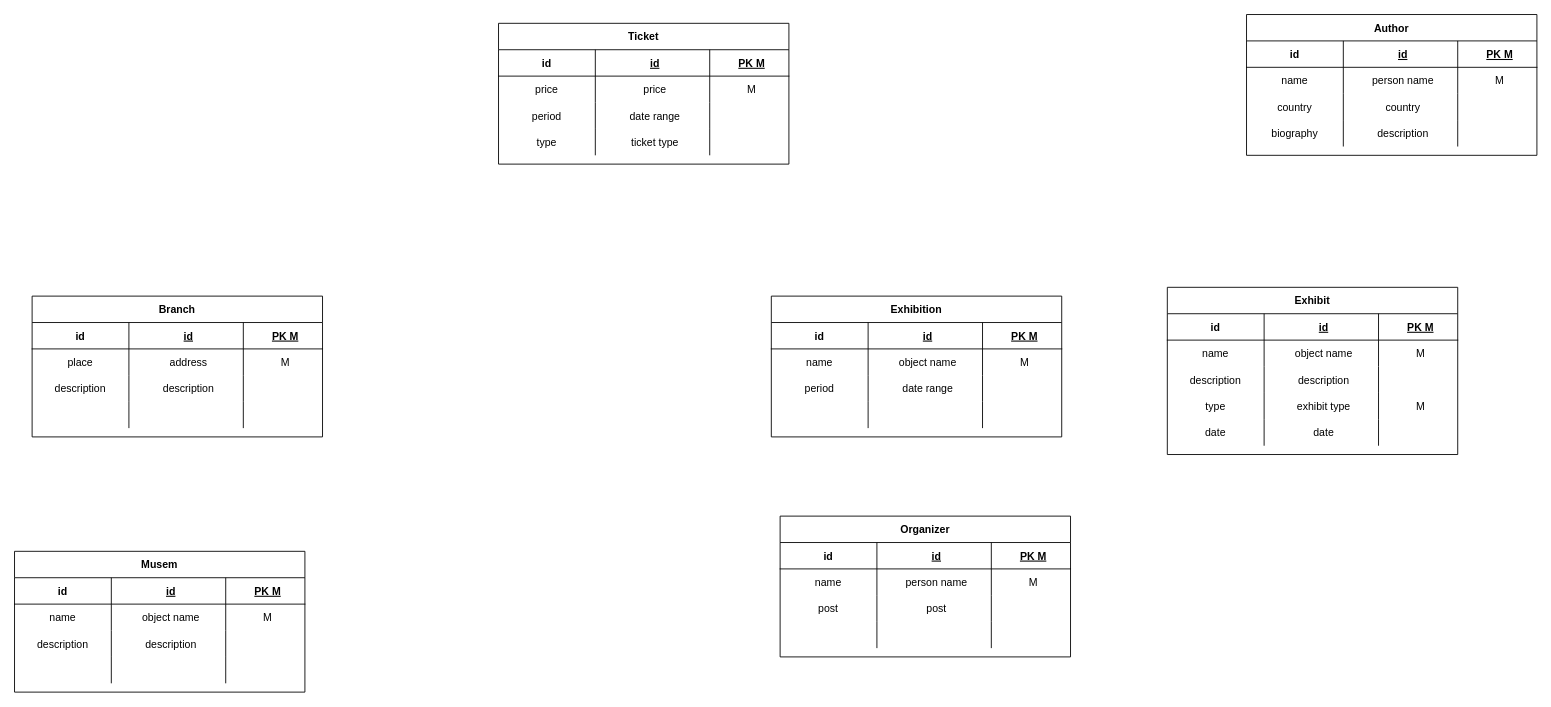
Before: Musem.drawio in sergalb/db-musem-project, a draw.io diagram. Source tidied: cells renumbered, new cells numbered last; positions are measured from the earlier drawing's top-left corner, leaving out a move shared by most shapes. Both pictures are drawn from the tidied source at 88%, with x=0, y=0 at pixel (14, 14).
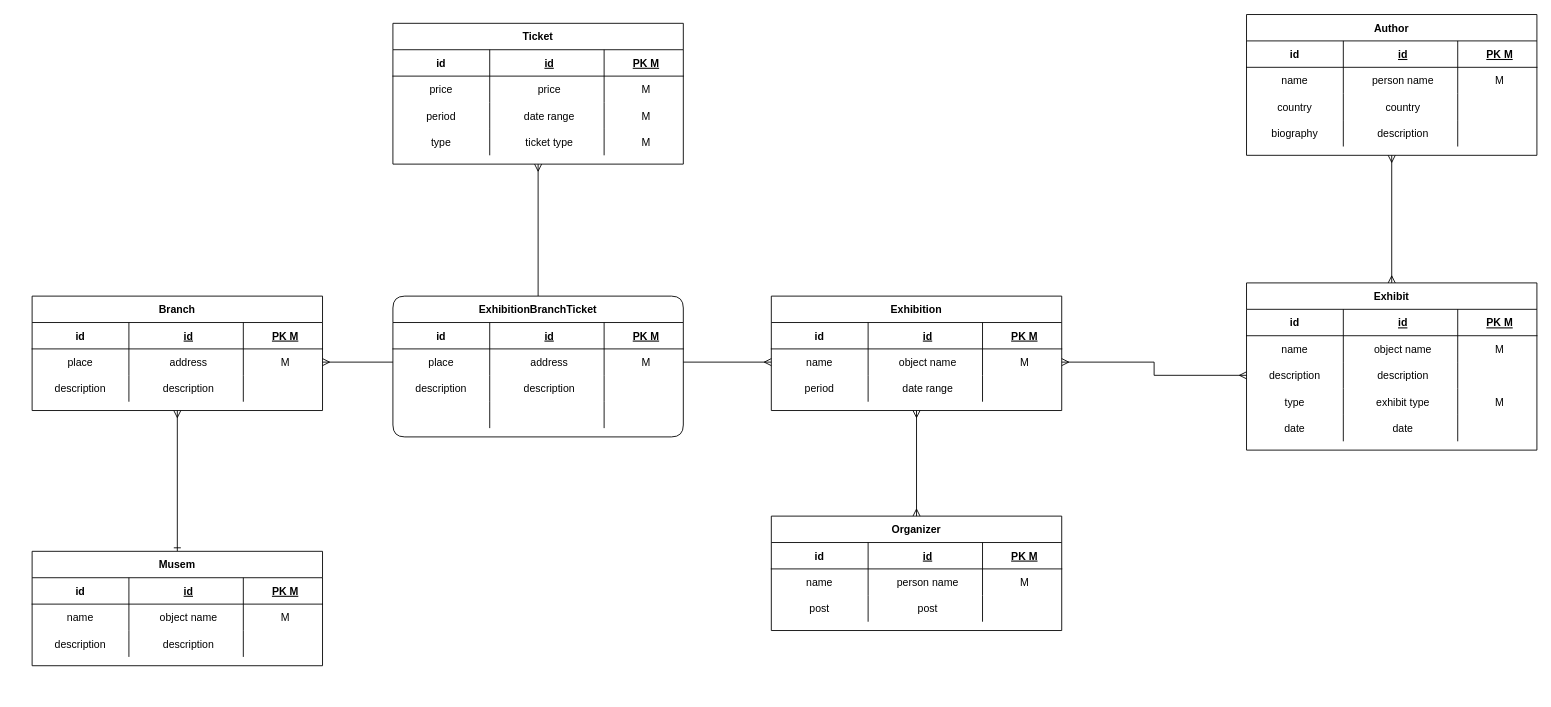
The same diagram, later.

The change refers to these unchanged cells:
```xml
<mxCell id="24" style="shape=partialRectangle;fillColor=none;top=0;left=0;bottom=0;right=0;points=[[0,0.5],[1,0.5]];portConstraint=eastwest;align=center;" parent="19" vertex="1">
  <mxGeometry y="60" width="330" height="30" as="geometry" />
</mxCell>
<mxCell id="45" style="shape=partialRectangle;fillColor=none;top=0;left=0;bottom=0;right=0;points=[[0,0.5],[1,0.5]];portConstraint=eastwest;align=center;" parent="36" vertex="1">
  <mxGeometry y="90" width="330" height="30" as="geometry" />
</mxCell>
<mxCell id="57" value="Author" style="shape=table;startSize=30;childLayout=tableLayout;rowLines=0;fontStyle=1;align=center;" parent="1" vertex="1">
  <mxGeometry x="1400" width="330" height="160" as="geometry" />
</mxCell>
<mxCell id="96" style="shape=partialRectangle;fillColor=none;top=0;left=0;bottom=0;right=0;points=[[0,0.5],[1,0.5]];portConstraint=eastwest;align=center;" parent="91" vertex="1">
  <mxGeometry y="60" width="330" height="30" as="geometry" />
</mxCell>
<mxCell id="117" style="shape=partialRectangle;fillColor=none;top=0;left=0;bottom=0;right=0;align=center;" parent="108" vertex="1">
  <mxGeometry y="90" width="330" height="30" as="geometry" />
</mxCell>
<mxCell id="121" style="shape=partialRectangle;fillColor=none;top=0;left=0;bottom=0;right=0;align=center;" parent="108" vertex="1">
  <mxGeometry y="120" width="330" height="30" as="geometry" />
</mxCell>
```

Change to the diagram source:
```diff
@@
+    <mxCell id="125" style="edgeStyle=orthogonalEdgeStyle;rounded=0;jettySize=auto;html=1;exitX=0.5;exitY=0;exitDx=0;exitDy=0;entryX=0.5;entryY=1;entryDx=0;entryDy=0;startArrow=ERone;startFill=0;endArrow=ERmany;endFill=0;" parent="1" edge="1" source="2" target="19">
+      <mxGeometry relative="1" as="geometry" />
+    </mxCell>
     <mxCell id="2" value="Musem" style="shape=table;startSize=30;childLayout=tableLayout;rowLines=0;fontStyle=1;align=center;" parent="1" vertex="1">
-      <mxGeometry y="610" width="330" height="160" as="geometry" />
+      <mxGeometry x="20" y="610" width="330" height="130" as="geometry" />
     </mxCell>
@@
-    <mxCell id="15" style="shape=partialRectangle;fillColor=none;top=0;left=0;bottom=0;right=0;align=center;" parent="2" vertex="1">
-      <mxGeometry y="120" width="330" height="30" as="geometry" />
-    </mxCell>
-    <mxCell id="16" style="shape=partialRectangle;fillColor=none;top=0;left=0;bottom=0;right=0;overflow=hidden;align=center;" parent="15" vertex="1">
-      <mxGeometry width="110" height="30" as="geometry" />
-    </mxCell>
-    <mxCell id="17" style="shape=partialRectangle;fillColor=none;top=0;left=0;bottom=0;right=0;align=center;spacingLeft=6;overflow=hidden;" parent="15" vertex="1">
-      <mxGeometry x="110" width="130" height="30" as="geometry" />
-    </mxCell>
-    <mxCell id="18" style="shape=partialRectangle;fillColor=none;top=0;left=0;bottom=0;right=0;align=center;spacingLeft=6;overflow=hidden;" parent="15" vertex="1">
-      <mxGeometry x="240" width="90" height="30" as="geometry" />
-    </mxCell>
     <mxCell id="19" value="Branch" style="shape=table;startSize=30;childLayout=tableLayout;rowLines=0;fontStyle=1;align=center;" parent="1" vertex="1">
-      <mxGeometry x="20" y="320" width="330" height="160" as="geometry" />
+      <mxGeometry x="20" y="320" width="330" height="130" as="geometry" />
     </mxCell>
@@
-    <mxCell id="32" style="shape=partialRectangle;fillColor=none;top=0;left=0;bottom=0;right=0;align=center;" parent="19" vertex="1">
-      <mxGeometry y="120" width="330" height="30" as="geometry" />
-    </mxCell>
-    <mxCell id="33" style="shape=partialRectangle;fillColor=none;top=0;left=0;bottom=0;right=0;overflow=hidden;align=center;" parent="32" vertex="1">
-      <mxGeometry width="110" height="30" as="geometry" />
-    </mxCell>
-    <mxCell id="34" style="shape=partialRectangle;fillColor=none;top=0;left=0;bottom=0;right=0;align=center;spacingLeft=6;overflow=hidden;" parent="32" vertex="1">
-      <mxGeometry x="110" width="130" height="30" as="geometry" />
-    </mxCell>
-    <mxCell id="35" style="shape=partialRectangle;fillColor=none;top=0;left=0;bottom=0;right=0;align=center;spacingLeft=6;overflow=hidden;" parent="32" vertex="1">
-      <mxGeometry x="240" width="90" height="30" as="geometry" />
-    </mxCell>
+    <mxCell id="126" style="edgeStyle=orthogonalEdgeStyle;rounded=0;jettySize=auto;html=1;exitX=0.5;exitY=0;exitDx=0;exitDy=0;entryX=0.5;entryY=1;entryDx=0;entryDy=0;startArrow=ERmany;startFill=0;endArrow=ERmany;endFill=0;" parent="1" edge="1" source="36" target="57">
+      <mxGeometry relative="1" as="geometry" />
+    </mxCell>
     <mxCell id="36" value="Exhibit" style="shape=table;startSize=30;childLayout=tableLayout;rowLines=0;fontStyle=1;align=center;" parent="1" vertex="1">
-      <mxGeometry x="1310" y="310" width="330" height="190" as="geometry" />
+      <mxGeometry x="1400" y="305" width="330" height="190" as="geometry" />
     </mxCell>
@@
     <mxCell id="74" value="Organizer" style="shape=table;startSize=30;childLayout=tableLayout;rowLines=0;fontStyle=1;align=center;" parent="1" vertex="1">
-      <mxGeometry x="870" y="570" width="330" height="160" as="geometry" />
+      <mxGeometry x="860" y="570" width="330" height="130" as="geometry" />
     </mxCell>
@@
-    <mxCell id="87" style="shape=partialRectangle;fillColor=none;top=0;left=0;bottom=0;right=0;align=center;" parent="74" vertex="1">
-      <mxGeometry y="120" width="330" height="30" as="geometry" />
-    </mxCell>
-    <mxCell id="88" style="shape=partialRectangle;fillColor=none;top=0;left=0;bottom=0;right=0;overflow=hidden;align=center;" parent="87" vertex="1">
-      <mxGeometry width="110" height="30" as="geometry" />
-    </mxCell>
-    <mxCell id="89" style="shape=partialRectangle;fillColor=none;top=0;left=0;bottom=0;right=0;align=center;spacingLeft=6;overflow=hidden;" parent="87" vertex="1">
-      <mxGeometry x="110" width="130" height="30" as="geometry" />
-    </mxCell>
-    <mxCell id="90" style="shape=partialRectangle;fillColor=none;top=0;left=0;bottom=0;right=0;align=center;spacingLeft=6;overflow=hidden;" parent="87" vertex="1">
-      <mxGeometry x="240" width="90" height="30" as="geometry" />
-    </mxCell>
+    <mxCell id="127" style="edgeStyle=orthogonalEdgeStyle;rounded=0;jettySize=auto;html=1;exitX=0.5;exitY=1;exitDx=0;exitDy=0;entryX=0.5;entryY=0;entryDx=0;entryDy=0;startArrow=ERmany;startFill=0;endArrow=ERmany;endFill=0;" parent="1" edge="1" source="91" target="74">
+      <mxGeometry relative="1" as="geometry" />
+    </mxCell>
     <mxCell id="91" value="Exhibition" style="shape=table;startSize=30;childLayout=tableLayout;rowLines=0;fontStyle=1;align=center;" parent="1" vertex="1">
-      <mxGeometry x="860" y="320" width="330" height="160" as="geometry" />
+      <mxGeometry x="860" y="320" width="330" height="130" as="geometry" />
     </mxCell>
@@
-    <mxCell id="104" style="shape=partialRectangle;fillColor=none;top=0;left=0;bottom=0;right=0;align=center;" parent="91" vertex="1">
-      <mxGeometry y="120" width="330" height="30" as="geometry" />
-    </mxCell>
-    <mxCell id="105" style="shape=partialRectangle;fillColor=none;top=0;left=0;bottom=0;right=0;overflow=hidden;align=center;" parent="104" vertex="1">
-      <mxGeometry width="110" height="30" as="geometry" />
-    </mxCell>
-    <mxCell id="106" style="shape=partialRectangle;fillColor=none;top=0;left=0;bottom=0;right=0;align=center;spacingLeft=6;overflow=hidden;" parent="104" vertex="1">
-      <mxGeometry x="110" width="130" height="30" as="geometry" />
-    </mxCell>
-    <mxCell id="107" style="shape=partialRectangle;fillColor=none;top=0;left=0;bottom=0;right=0;align=center;spacingLeft=6;overflow=hidden;" parent="104" vertex="1">
-      <mxGeometry x="240" width="90" height="30" as="geometry" />
-    </mxCell>
+    <mxCell id="128" style="edgeStyle=orthogonalEdgeStyle;rounded=0;jettySize=auto;html=1;exitX=0.5;exitY=1;exitDx=0;exitDy=0;entryX=0.5;entryY=0;entryDx=0;entryDy=0;startArrow=ERmany;startFill=0;endArrow=none;endFill=0;" parent="1" edge="1" source="108" target="130">
+      <mxGeometry relative="1" as="geometry" />
+    </mxCell>
     <mxCell id="108" value="Ticket" style="shape=table;startSize=30;childLayout=tableLayout;rowLines=0;fontStyle=1;align=center;" parent="1" vertex="1">
-      <mxGeometry x="550" y="10" width="330" height="160" as="geometry" />
+      <mxGeometry x="430" y="10" width="330" height="160" as="geometry" />
     </mxCell>
@@
-    <mxCell id="120" style="shape=partialRectangle;fillColor=none;top=0;left=0;bottom=0;right=0;align=center;spacingLeft=6;overflow=hidden;" parent="117" vertex="1">
+    <mxCell id="120" value="M" style="shape=partialRectangle;fillColor=none;top=0;left=0;bottom=0;right=0;align=center;spacingLeft=6;overflow=hidden;" parent="117" vertex="1">
       <mxGeometry x="240" width="90" height="30" as="geometry" />
     </mxCell>
@@
-    <mxCell id="124" style="shape=partialRectangle;fillColor=none;top=0;left=0;bottom=0;right=0;align=center;spacingLeft=6;overflow=hidden;" parent="121" vertex="1">
+    <mxCell id="124" value="M" style="shape=partialRectangle;fillColor=none;top=0;left=0;bottom=0;right=0;align=center;spacingLeft=6;overflow=hidden;" parent="121" vertex="1">
       <mxGeometry x="240" width="90" height="30" as="geometry" />
     </mxCell>
+    <mxCell id="129" style="edgeStyle=orthogonalEdgeStyle;rounded=0;jettySize=auto;html=1;exitX=1;exitY=0.5;exitDx=0;exitDy=0;entryX=0;entryY=0.5;entryDx=0;entryDy=0;startArrow=ERmany;startFill=0;endArrow=ERmany;endFill=0;" parent="1" edge="1" source="96" target="45">
+      <mxGeometry relative="1" as="geometry" />
+    </mxCell>
+    <mxCell id="130" value="ExhibitionBranchTicket" style="shape=table;startSize=30;childLayout=tableLayout;rowLines=0;fontStyle=1;align=center;rounded=1;" parent="1" vertex="1">
+      <mxGeometry x="430" y="320" width="330" height="160" as="geometry" />
+    </mxCell>
+    <mxCell id="131" style="shape=partialRectangle;fillColor=none;top=0;left=0;bottom=1;right=0;align=center;" parent="130" vertex="1">
+      <mxGeometry y="30" width="330" height="30" as="geometry" />
+    </mxCell>
+    <mxCell id="132" value="id" style="shape=partialRectangle;fillColor=none;top=0;left=0;bottom=0;right=0;fontStyle=1;overflow=hidden;align=center;" parent="131" vertex="1">
+      <mxGeometry width="110" height="30" as="geometry" />
+    </mxCell>
+    <mxCell id="133" value="id" style="shape=partialRectangle;fillColor=none;top=0;left=0;bottom=0;right=0;align=center;spacingLeft=6;fontStyle=5;overflow=hidden;" parent="131" vertex="1">
+      <mxGeometry x="110" width="130" height="30" as="geometry" />
+    </mxCell>
+    <mxCell id="134" value="PK M" style="shape=partialRectangle;fillColor=none;top=0;left=0;bottom=0;right=0;align=center;spacingLeft=6;fontStyle=5;overflow=hidden;" parent="131" vertex="1">
+      <mxGeometry x="240" width="90" height="30" as="geometry" />
+    </mxCell>
+    <mxCell id="135" style="shape=partialRectangle;fillColor=none;top=0;left=0;bottom=0;right=0;points=[[0,0.5],[1,0.5]];portConstraint=eastwest;align=center;" parent="130" vertex="1">
+      <mxGeometry y="60" width="330" height="30" as="geometry" />
+    </mxCell>
+    <mxCell id="136" value="place" style="shape=partialRectangle;fillColor=none;top=0;left=0;bottom=0;right=0;overflow=hidden;align=center;" parent="135" vertex="1">
+      <mxGeometry width="110" height="30" as="geometry" />
+    </mxCell>
+    <mxCell id="137" value="address" style="shape=partialRectangle;fillColor=none;top=0;left=0;bottom=0;right=0;align=center;spacingLeft=6;overflow=hidden;" parent="135" vertex="1">
+      <mxGeometry x="110" width="130" height="30" as="geometry" />
+    </mxCell>
+    <mxCell id="138" value="M" style="shape=partialRectangle;fillColor=none;top=0;left=0;bottom=0;right=0;align=center;spacingLeft=6;overflow=hidden;" parent="135" vertex="1">
+      <mxGeometry x="240" width="90" height="30" as="geometry" />
+    </mxCell>
+    <mxCell id="139" style="shape=partialRectangle;fillColor=none;top=0;left=0;bottom=0;right=0;align=center;" parent="130" vertex="1">
+      <mxGeometry y="90" width="330" height="30" as="geometry" />
+    </mxCell>
+    <mxCell id="140" value="description" style="shape=partialRectangle;fillColor=none;top=0;left=0;bottom=0;right=0;overflow=hidden;align=center;" parent="139" vertex="1">
+      <mxGeometry width="110" height="30" as="geometry" />
+    </mxCell>
+    <mxCell id="141" value="description" style="shape=partialRectangle;fillColor=none;top=0;left=0;bottom=0;right=0;align=center;spacingLeft=6;overflow=hidden;" parent="139" vertex="1">
+      <mxGeometry x="110" width="130" height="30" as="geometry" />
+    </mxCell>
+    <mxCell id="142" style="shape=partialRectangle;fillColor=none;top=0;left=0;bottom=0;right=0;align=center;spacingLeft=6;overflow=hidden;" parent="139" vertex="1">
+      <mxGeometry x="240" width="90" height="30" as="geometry" />
+    </mxCell>
+    <mxCell id="143" style="shape=partialRectangle;fillColor=none;top=0;left=0;bottom=0;right=0;align=center;" parent="130" vertex="1">
+      <mxGeometry y="120" width="330" height="30" as="geometry" />
+    </mxCell>
+    <mxCell id="144" style="shape=partialRectangle;fillColor=none;top=0;left=0;bottom=0;right=0;overflow=hidden;align=center;" parent="143" vertex="1">
+      <mxGeometry width="110" height="30" as="geometry" />
+    </mxCell>
+    <mxCell id="145" style="shape=partialRectangle;fillColor=none;top=0;left=0;bottom=0;right=0;align=center;spacingLeft=6;overflow=hidden;" parent="143" vertex="1">
+      <mxGeometry x="110" width="130" height="30" as="geometry" />
+    </mxCell>
+    <mxCell id="146" style="shape=partialRectangle;fillColor=none;top=0;left=0;bottom=0;right=0;align=center;spacingLeft=6;overflow=hidden;" parent="143" vertex="1">
+      <mxGeometry x="240" width="90" height="30" as="geometry" />
+    </mxCell>
+    <mxCell id="147" style="edgeStyle=orthogonalEdgeStyle;rounded=0;jettySize=auto;html=1;exitX=1;exitY=0.5;exitDx=0;exitDy=0;entryX=0;entryY=0.5;entryDx=0;entryDy=0;startArrow=ERmany;startFill=0;endArrow=none;endFill=0;" parent="1" edge="1" source="24" target="135">
+      <mxGeometry relative="1" as="geometry" />
+    </mxCell>
+    <mxCell id="148" style="edgeStyle=orthogonalEdgeStyle;rounded=0;jettySize=auto;html=1;exitX=1;exitY=0.5;exitDx=0;exitDy=0;entryX=0;entryY=0.5;entryDx=0;entryDy=0;startArrow=none;startFill=0;endArrow=ERmany;endFill=0;" parent="1" edge="1" source="135" target="96">
+      <mxGeometry relative="1" as="geometry" />
+    </mxCell>
```
